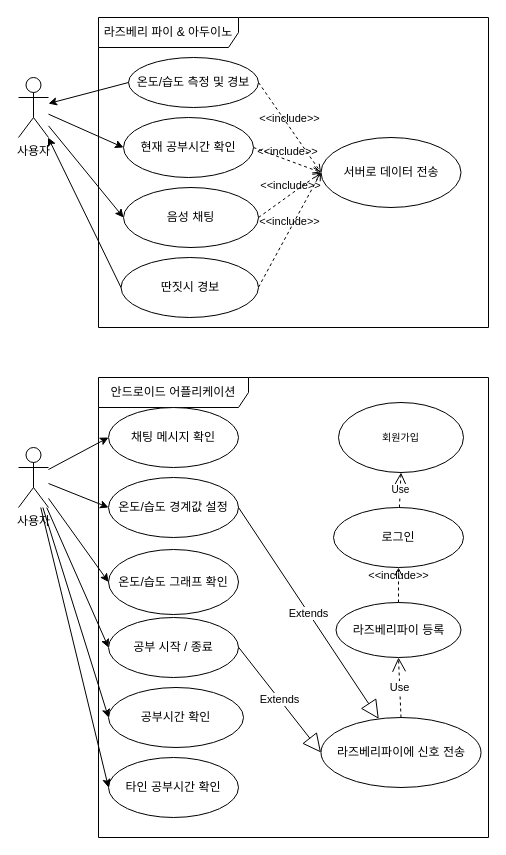
Above: page "유스케이스" (1 of 11) of doc/UML.drawio in veryneuron/study_mate_project (draw.io), before the change. Source tidied: cells renumbered, new cells numbered last; positions are measured from the earlier drawing's top-left corner, leaving out a move shared by most shapes. Both pictures are drawn from the tidied source at 100%, with x=0, y=0 at pixel (18, 17).
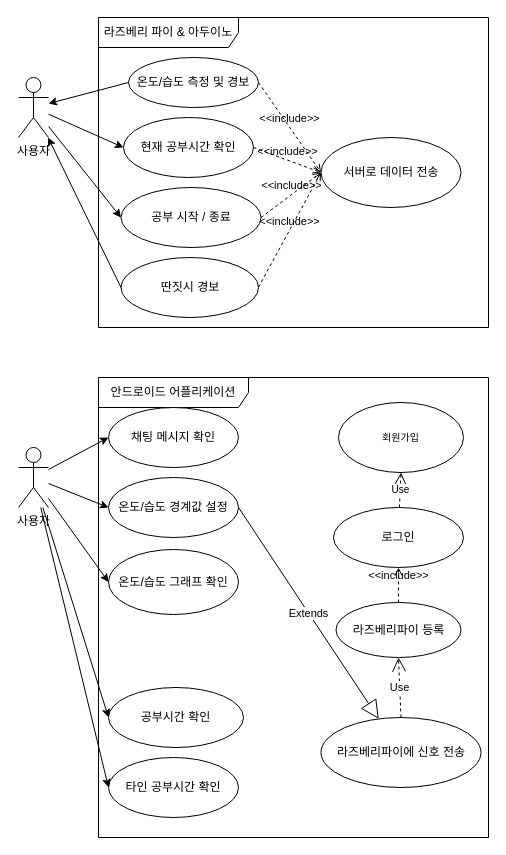
The same diagram, later.

The change refers to these unchanged cells:
```xml
<mxCell id="2" value="사용자" style="shape=umlActor;verticalLabelPosition=bottom;verticalAlign=top;html=1;outlineConnect=0;" parent="1" vertex="1">
  <mxGeometry y="60" width="30" height="60" as="geometry" />
</mxCell>
<mxCell id="8" value="서버로 데이터 전송" style="ellipse;whiteSpace=wrap;html=1;" parent="1" vertex="1">
  <mxGeometry x="302.5" y="120" width="140" height="70" as="geometry" />
</mxCell>
<mxCell id="22" value="사용자" style="shape=umlActor;verticalLabelPosition=bottom;verticalAlign=top;html=1;outlineConnect=0;" parent="1" vertex="1">
  <mxGeometry y="430" width="30" height="60" as="geometry" />
</mxCell>
<mxCell id="25" value="라즈베리파이에 신호 전송" style="ellipse;whiteSpace=wrap;html=1;" parent="1" vertex="1">
  <mxGeometry x="302.5" y="700" width="160" height="70" as="geometry" />
</mxCell>
```

The edit, as a diff of the source:
```diff
@@
-    <mxCell id="6" value="음성 채팅" style="ellipse;whiteSpace=wrap;html=1;" parent="1" vertex="1">
-      <mxGeometry x="105" y="170" width="135" height="60" as="geometry" />
-    </mxCell>
@@
-    <mxCell id="11" value="&amp;lt;&amp;lt;include&amp;gt;&amp;gt;" style="html=1;verticalAlign=bottom;labelBackgroundColor=none;endArrow=open;endFill=0;dashed=1;rounded=0;exitX=1;exitY=0.5;exitDx=0;exitDy=0;entryX=0;entryY=0.5;entryDx=0;entryDy=0;" parent="1" edge="1" source="6" target="8">
-      <mxGeometry relative="1" as="geometry" />
-    </mxCell>
@@
-    <mxCell id="15" style="endArrow=classic;html=1;rounded=0;entryX=0;entryY=0.5;entryDx=0;entryDy=0;" parent="1" edge="1" source="2" target="6">
-      <mxGeometry relative="1" as="geometry" />
-    </mxCell>
@@
-    <mxCell id="24" value="공부 시작 / 종료" style="ellipse;whiteSpace=wrap;html=1;" parent="1" vertex="1">
-      <mxGeometry x="90" y="600" width="130" height="60" as="geometry" />
-    </mxCell>
@@
-    <mxCell id="34" value="Extends" style="endArrow=block;endSize=16;endFill=0;html=1;rounded=0;entryX=0;entryY=0.5;entryDx=0;entryDy=0;" parent="1" edge="1" target="25">
-      <mxGeometry relative="1" as="geometry">
-        <mxPoint x="220" y="629.7" as="sourcePoint" />
-      </mxGeometry>
-    </mxCell>
@@
-    <mxCell id="36" style="endArrow=classic;html=1;rounded=0;entryX=0;entryY=0.5;entryDx=0;entryDy=0;" parent="1" edge="1" source="22" target="24">
-      <mxGeometry relative="1" as="geometry" />
-    </mxCell>
@@
+    <mxCell id="24" value="공부 시작 / 종료" style="ellipse;whiteSpace=wrap;html=1;fontSize=12;" parent="1" vertex="1">
+      <mxGeometry x="102.5" y="170" width="140" height="60" as="geometry" />
+    </mxCell>
+    <mxCell id="11" value="&amp;lt;&amp;lt;include&amp;gt;&amp;gt;" style="html=1;verticalAlign=bottom;labelBackgroundColor=none;endArrow=open;endFill=0;dashed=1;rounded=0;entryX=0;entryY=0.5;entryDx=0;entryDy=0;exitX=1;exitY=0.5;exitDx=0;exitDy=0;" parent="1" edge="1" source="24" target="8">
+      <mxGeometry relative="1" as="geometry" />
+    </mxCell>
+    <mxCell id="40" style="endArrow=classic;html=1;rounded=0;fontSize=12;entryX=0;entryY=0.5;entryDx=0;entryDy=0;" parent="1" edge="1" source="2" target="24">
+      <mxGeometry relative="1" as="geometry" />
+    </mxCell>
```
